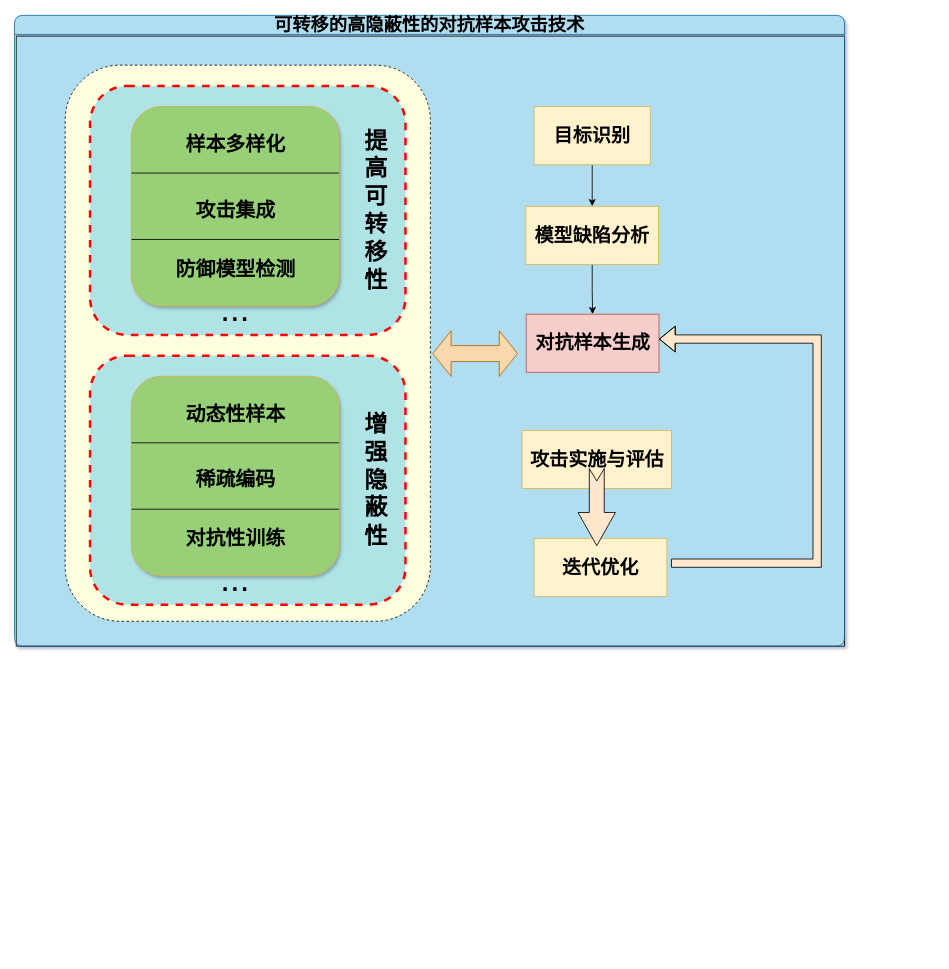
Stefan-Beauchamp/hello-world keeps this draw.io diagram as 对抗攻击.drawio. Above is the earlier version. Source tidied: cells renumbered, new cells numbered last; positions are measured from the earlier drawing's top-left corner, leaving out a move shared by most shapes. Both pictures are drawn from the tidied source at 83%, with x=0, y=0 at pixel (14, 15).
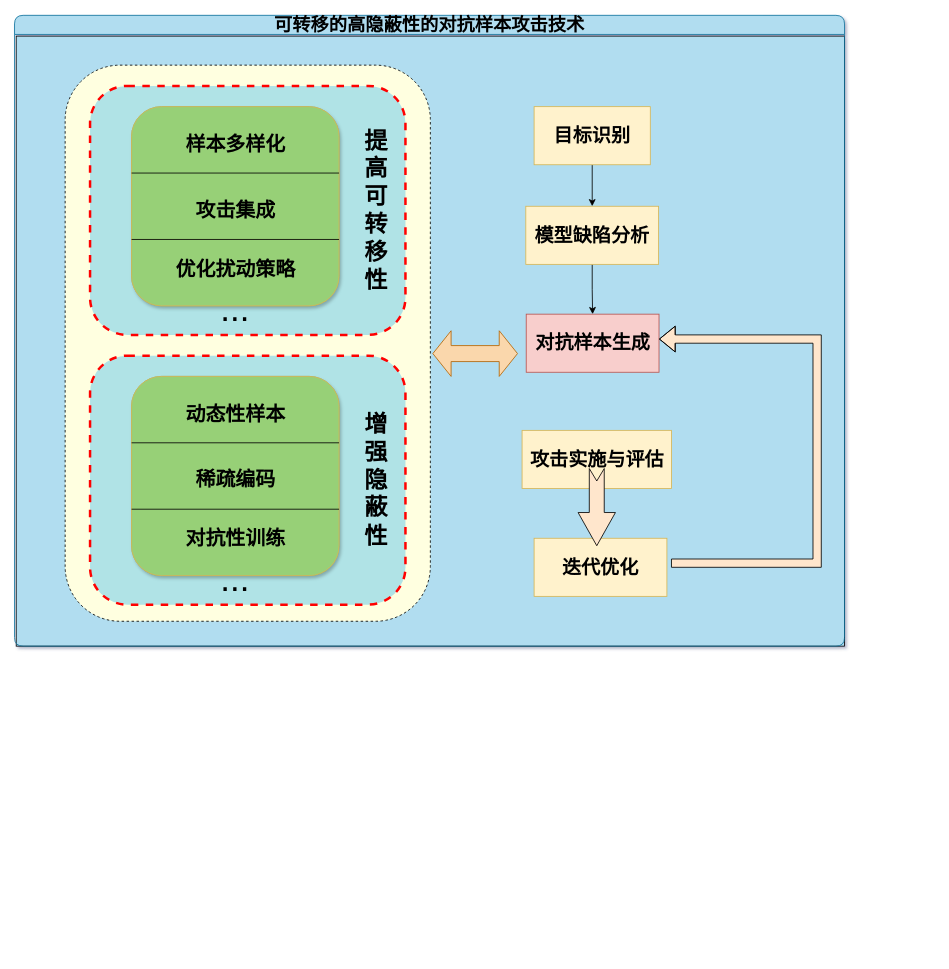
After the change.

Commit message:
更新对抗攻击.drawio

Unchanged cells that the change refers to:
```xml
<mxCell id="23" style="group;fillColor=#d5e8d4;strokeColor=#82b366;rounded=1;shadow=1;" parent="19" vertex="1">
  <mxGeometry x="19" y="25" width="250" height="240" as="geometry" />
</mxCell>
```

Change to the diagram source:
```diff
@@
-    <mxCell id="26" value="&lt;b&gt;&lt;font style=&quot;font-size: 24px;&quot;&gt;防御模型检测&lt;/font&gt;&lt;/b&gt;" style="text;html=1;align=center;verticalAlign=middle;whiteSpace=wrap;rounded=0;" parent="23" vertex="1">
+    <mxCell id="26" value="&lt;b&gt;&lt;font style=&quot;font-size: 24px;&quot;&gt;优化扰动策略&lt;/font&gt;&lt;/b&gt;" style="text;html=1;align=center;verticalAlign=middle;whiteSpace=wrap;rounded=0;" parent="23" vertex="1">
       <mxGeometry x="32.7" y="170" width="184.5" height="51.4" as="geometry" />
     </mxCell>
```
